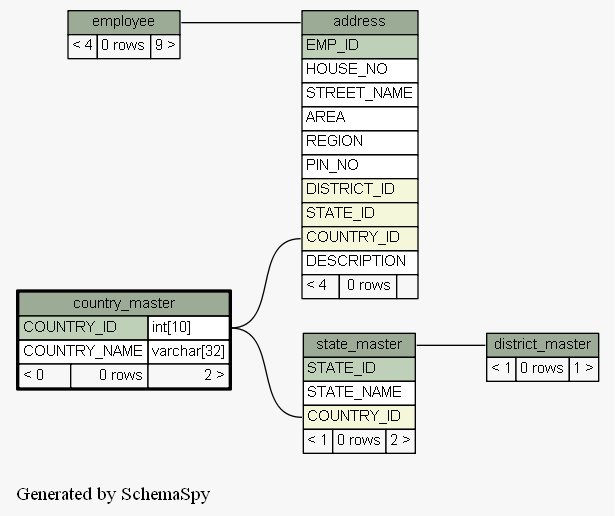
Earlier version of the Graphviz export docs/database/schemaspy/graphs/country_master.2degrees.png (engineerscraft/hrms). Its source is kept beside it as docs/database/schemaspy/graphs/country_master.2degrees.dot.
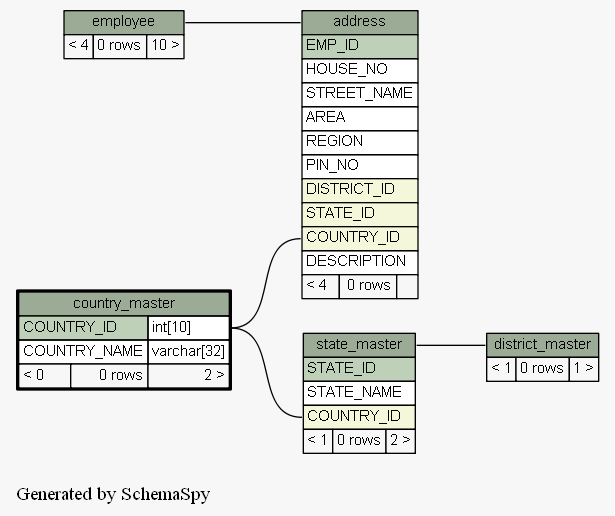
Above is the later version.

What changed in the source:
```diff
@@ -60,7 +60,7 @@
     label=<
     <TABLE BORDER="0" CELLBORDER="1" CELLSPACING="0" BGCOLOR="#ffffff">
       <TR><TD PORT="employee.heading" COLSPAN="3" BGCOLOR="#9bab96" ALIGN="CENTER">employee</TD></TR>
-      <TR><TD ALIGN="LEFT" BGCOLOR="#f7f7f7">&lt; 4</TD><TD ALIGN="RIGHT" BGCOLOR="#f7f7f7">0 rows</TD><TD ALIGN="RIGHT" BGCOLOR="#f7f7f7">9 &gt;</TD></TR>
+      <TR><TD ALIGN="LEFT" BGCOLOR="#f7f7f7">&lt; 4</TD><TD ALIGN="RIGHT" BGCOLOR="#f7f7f7">0 rows</TD><TD ALIGN="RIGHT" BGCOLOR="#f7f7f7">10 &gt;</TD></TR>
     </TABLE>>
     URL="employee.html#graph"
     tooltip="employee"
```
